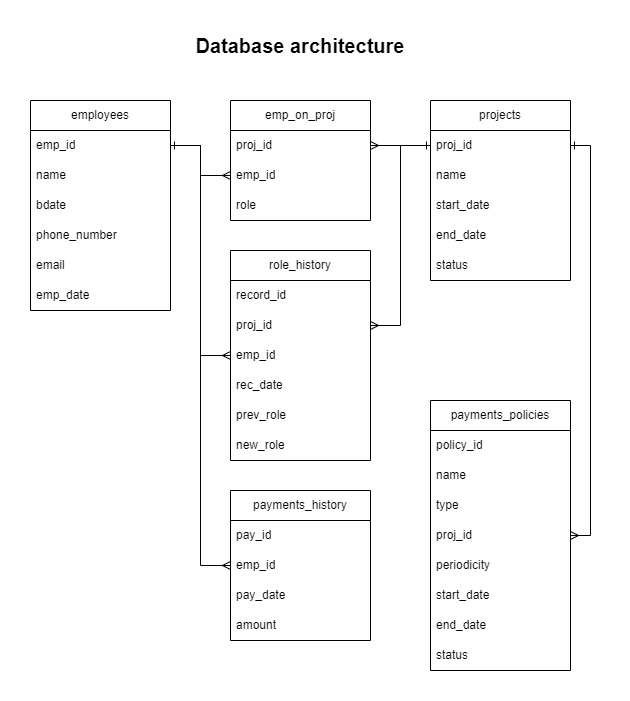
Before: attach/db_arc.png, a diagram exported from draw.io (Stevehh251/webjava). Source tidied: cells renumbered, new cells last; positions are measured from the earlier drawing's top-left corner, leaving out a move shared by most shapes.
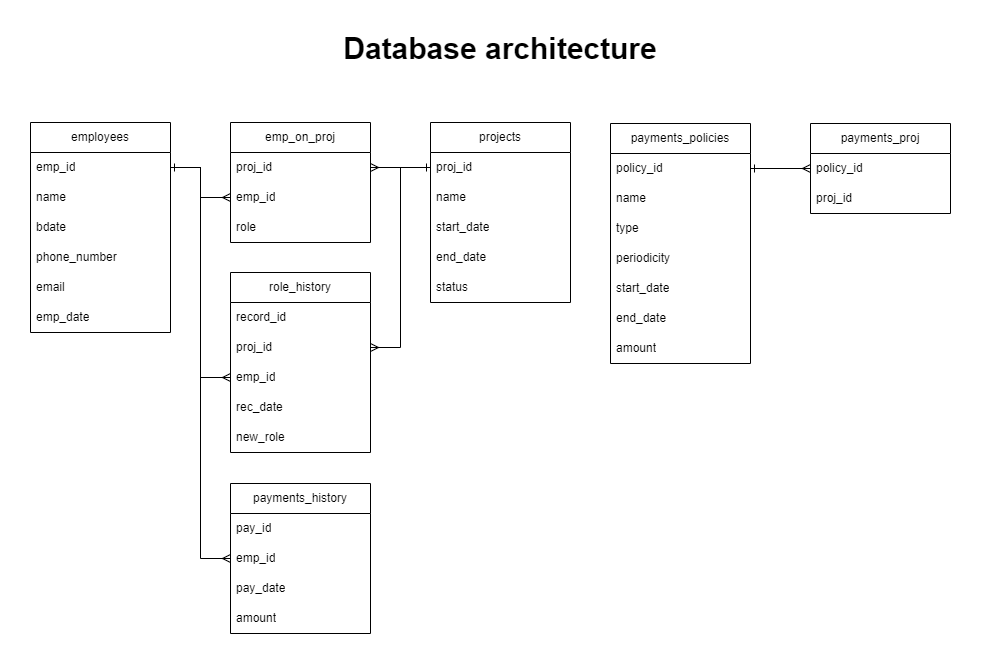
The same diagram one commit later.

What changed in the source:
```diff
@@ -2,14 +2,11 @@
   <root>
     <mxCell id="0" />
     <mxCell id="1" parent="0" />
-    <mxCell id="2" value="&lt;b&gt;&lt;font style=&quot;font-size: 20px;&quot;&gt;Database architecture&lt;/font&gt;&lt;/b&gt;" style="text;html=1;strokeColor=none;fillColor=none;align=center;verticalAlign=middle;whiteSpace=wrap;rounded=0;" parent="1" vertex="1">
-      <mxGeometry x="145" width="250" height="30" as="geometry" />
+    <mxCell id="2" value="&lt;b style=&quot;font-size: 30px;&quot;&gt;&lt;font style=&quot;font-size: 30px;&quot;&gt;Database architecture&lt;/font&gt;&lt;/b&gt;" style="text;html=1;strokeColor=none;fillColor=none;align=center;verticalAlign=middle;whiteSpace=wrap;rounded=0;fontSize=30;" parent="1" vertex="1">
+      <mxGeometry x="145" width="370" height="30" as="geometry" />
     </mxCell>
-    <mxCell id="3" style="group;" parent="1" vertex="1">
-      <mxGeometry y="70" width="540" height="570" as="geometry" />
-    </mxCell>
-    <mxCell id="4" value="employees" style="swimlane;fontStyle=0;horizontal=1;startSize=30;whiteSpace=wrap;html=1;" parent="3" vertex="1">
-      <mxGeometry width="140" height="210" as="geometry" />
+    <mxCell id="4" value="employees" style="swimlane;fontStyle=0;horizontal=1;startSize=30;whiteSpace=wrap;html=1;" parent="1" vertex="1">
+      <mxGeometry x="-140" y="89" width="140" height="210" as="geometry" />
     </mxCell>
     <mxCell id="5" value="emp_id" style="text;strokeColor=none;fillColor=none;align=left;verticalAlign=middle;spacingLeft=4;spacingRight=4;overflow=hidden;points=[[0,0.5],[1,0.5]];portConstraint=eastwest;whiteSpace=wrap;html=1;" parent="4" vertex="1">
       <mxGeometry y="30" width="140" height="30" as="geometry" />
@@ -29,8 +26,8 @@
     <mxCell id="10" value="emp_date" style="text;strokeColor=none;fillColor=none;align=left;verticalAlign=middle;spacingLeft=4;spacingRight=4;overflow=hidden;whiteSpace=wrap;html=1;" parent="4" vertex="1">
       <mxGeometry y="180" width="140" height="30" as="geometry" />
     </mxCell>
-    <mxCell id="11" value="projects" style="swimlane;fontStyle=0;horizontal=1;startSize=30;whiteSpace=wrap;html=1;" parent="3" vertex="1">
-      <mxGeometry x="400" width="140" height="180" as="geometry" />
+    <mxCell id="11" value="projects" style="swimlane;fontStyle=0;horizontal=1;startSize=30;whiteSpace=wrap;html=1;" parent="1" vertex="1">
+      <mxGeometry x="260" y="89" width="140" height="180" as="geometry" />
     </mxCell>
     <mxCell id="12" value="proj_id" style="text;strokeColor=none;fillColor=none;align=left;verticalAlign=middle;spacingLeft=4;spacingRight=4;overflow=hidden;points=[[0,0.5],[1,0.5]];portConstraint=eastwest;whiteSpace=wrap;html=1;" parent="11" vertex="1">
       <mxGeometry y="30" width="140" height="30" as="geometry" />
@@ -47,8 +44,8 @@
     <mxCell id="16" value="status" style="text;strokeColor=none;fillColor=none;align=left;verticalAlign=middle;spacingLeft=4;spacingRight=4;overflow=hidden;whiteSpace=wrap;html=1;" parent="11" vertex="1">
       <mxGeometry y="150" width="140" height="30" as="geometry" />
     </mxCell>
-    <mxCell id="17" value="payments_policies" style="swimlane;fontStyle=0;horizontal=1;startSize=30;whiteSpace=wrap;html=1;" parent="3" vertex="1">
-      <mxGeometry x="400" y="300" width="140" height="270" as="geometry" />
+    <mxCell id="17" value="payments_policies" style="swimlane;fontStyle=0;horizontal=1;startSize=30;whiteSpace=wrap;html=1;" parent="1" vertex="1">
+      <mxGeometry x="440" y="90" width="140" height="240" as="geometry" />
     </mxCell>
     <mxCell id="18" value="policy_id" style="text;strokeColor=none;fillColor=none;align=left;verticalAlign=middle;spacingLeft=4;spacingRight=4;overflow=hidden;points=[[0,0.5],[1,0.5]];portConstraint=eastwest;whiteSpace=wrap;html=1;" parent="17" vertex="1">
       <mxGeometry y="30" width="140" height="30" as="geometry" />
@@ -59,23 +56,20 @@
     <mxCell id="20" value="type" style="text;strokeColor=none;fillColor=none;align=left;verticalAlign=middle;spacingLeft=4;spacingRight=4;overflow=hidden;whiteSpace=wrap;html=1;" parent="17" vertex="1">
       <mxGeometry y="90" width="140" height="30" as="geometry" />
     </mxCell>
-    <mxCell id="21" value="proj_id" style="text;strokeColor=none;fillColor=none;align=left;verticalAlign=middle;spacingLeft=4;spacingRight=4;overflow=hidden;points=[[0,0.5],[1,0.5]];portConstraint=eastwest;whiteSpace=wrap;html=1;" parent="17" vertex="1">
-      <mxGeometry y="120" width="140" height="30" as="geometry" />
-    </mxCell>
     <mxCell id="22" value="periodicity" style="text;strokeColor=none;fillColor=none;align=left;verticalAlign=middle;spacingLeft=4;spacingRight=4;overflow=hidden;whiteSpace=wrap;html=1;" parent="17" vertex="1">
-      <mxGeometry y="150" width="140" height="30" as="geometry" />
+      <mxGeometry y="120" width="140" height="30" as="geometry" />
     </mxCell>
     <mxCell id="23" value="start_date" style="text;strokeColor=none;fillColor=none;align=left;verticalAlign=middle;spacingLeft=4;spacingRight=4;overflow=hidden;whiteSpace=wrap;html=1;" parent="17" vertex="1">
-      <mxGeometry y="180" width="140" height="30" as="geometry" />
+      <mxGeometry y="150" width="140" height="30" as="geometry" />
     </mxCell>
     <mxCell id="24" value="end_date" style="text;strokeColor=none;fillColor=none;align=left;verticalAlign=middle;spacingLeft=4;spacingRight=4;overflow=hidden;whiteSpace=wrap;html=1;" parent="17" vertex="1">
-      <mxGeometry y="210" width="140" height="30" as="geometry" />
+      <mxGeometry y="180" width="140" height="30" as="geometry" />
     </mxCell>
-    <mxCell id="25" value="status" style="text;strokeColor=none;fillColor=none;align=left;verticalAlign=middle;spacingLeft=4;spacingRight=4;overflow=hidden;whiteSpace=wrap;html=1;" parent="17" vertex="1">
-      <mxGeometry y="240" width="140" height="30" as="geometry" />
-    </mxCell>
+    <mxCell id="48" value="amount" style="text;strokeColor=none;fillColor=none;align=left;verticalAlign=middle;spacingLeft=4;spacingRight=4;overflow=hidden;whiteSpace=wrap;html=1;" parent="17" vertex="1">
+      <mxGeometry y="210" width="140" height="30" as="geometry" />
+    </mxCell>
-    <mxCell id="26" value="payments_history" style="swimlane;fontStyle=0;horizontal=1;startSize=30;whiteSpace=wrap;html=1;" parent="3" vertex="1">
-      <mxGeometry x="200" y="390" width="140" height="150" as="geometry" />
+    <mxCell id="26" value="payments_history" style="swimlane;fontStyle=0;horizontal=1;startSize=30;whiteSpace=wrap;html=1;" parent="1" vertex="1">
+      <mxGeometry x="60" y="450" width="140" height="150" as="geometry" />
     </mxCell>
     <mxCell id="27" value="pay_id" style="text;strokeColor=none;fillColor=none;align=left;verticalAlign=middle;spacingLeft=4;spacingRight=4;overflow=hidden;whiteSpace=wrap;html=1;" parent="26" vertex="1">
       <mxGeometry y="30" width="140" height="30" as="geometry" />
@@ -89,8 +83,8 @@
     <mxCell id="30" value="amount" style="text;strokeColor=none;fillColor=none;align=left;verticalAlign=middle;spacingLeft=4;spacingRight=4;overflow=hidden;whiteSpace=wrap;html=1;" parent="26" vertex="1">
       <mxGeometry y="120" width="140" height="30" as="geometry" />
     </mxCell>
-    <mxCell id="31" value="emp_on_proj" style="swimlane;fontStyle=0;horizontal=1;startSize=30;whiteSpace=wrap;html=1;" parent="3" vertex="1">
-      <mxGeometry x="200" width="140" height="120" as="geometry" />
+    <mxCell id="31" value="emp_on_proj" style="swimlane;fontStyle=0;horizontal=1;startSize=30;whiteSpace=wrap;html=1;" parent="1" vertex="1">
+      <mxGeometry x="60" y="89" width="140" height="120" as="geometry" />
     </mxCell>
     <mxCell id="32" value="proj_id" style="text;strokeColor=none;fillColor=none;align=left;verticalAlign=middle;spacingLeft=4;spacingRight=4;overflow=hidden;points=[[0,0.5],[1,0.5]];portConstraint=eastwest;whiteSpace=wrap;html=1;" parent="31" vertex="1">
       <mxGeometry y="30" width="140" height="30" as="geometry" />
@@ -101,8 +95,8 @@
     <mxCell id="34" value="role" style="text;strokeColor=none;fillColor=none;align=left;verticalAlign=middle;spacingLeft=4;spacingRight=4;overflow=hidden;whiteSpace=wrap;html=1;" parent="31" vertex="1">
       <mxGeometry y="90" width="140" height="30" as="geometry" />
     </mxCell>
-    <mxCell id="35" value="role_history" style="swimlane;fontStyle=0;horizontal=1;startSize=30;whiteSpace=wrap;html=1;" parent="3" vertex="1">
-      <mxGeometry x="200" y="150" width="140" height="210" as="geometry" />
+    <mxCell id="35" value="role_history" style="swimlane;fontStyle=0;horizontal=1;startSize=30;whiteSpace=wrap;html=1;" parent="1" vertex="1">
+      <mxGeometry x="60" y="239" width="140" height="180" as="geometry" />
     </mxCell>
     <mxCell id="36" value="record_id" style="text;strokeColor=none;fillColor=none;align=left;verticalAlign=middle;spacingLeft=4;spacingRight=4;overflow=hidden;whiteSpace=wrap;html=1;" parent="35" vertex="1">
       <mxGeometry y="30" width="140" height="30" as="geometry" />
@@ -116,29 +110,35 @@
     <mxCell id="39" value="rec_date" style="text;strokeColor=none;fillColor=none;align=left;verticalAlign=middle;spacingLeft=4;spacingRight=4;overflow=hidden;whiteSpace=wrap;html=1;" parent="35" vertex="1">
       <mxGeometry y="120" width="140" height="30" as="geometry" />
     </mxCell>
-    <mxCell id="40" value="prev_role" style="text;strokeColor=none;fillColor=none;align=left;verticalAlign=middle;spacingLeft=4;spacingRight=4;overflow=hidden;whiteSpace=wrap;html=1;" parent="35" vertex="1">
-      <mxGeometry y="150" width="140" height="30" as="geometry" />
-    </mxCell>
     <mxCell id="41" value="new_role" style="text;strokeColor=none;fillColor=none;align=left;verticalAlign=middle;spacingLeft=4;spacingRight=4;overflow=hidden;whiteSpace=wrap;html=1;" parent="35" vertex="1">
-      <mxGeometry y="180" width="140" height="30" as="geometry" />
+      <mxGeometry y="150" width="140" height="30" as="geometry" />
     </mxCell>
-    <mxCell id="42" style="edgeStyle=orthogonalEdgeStyle;rounded=0;jettySize=auto;html=1;startArrow=ERmany;startFill=0;endArrow=none;endFill=0;" parent="3" edge="1" source="32" target="12">
+    <mxCell id="42" style="edgeStyle=orthogonalEdgeStyle;rounded=0;jettySize=auto;html=1;startArrow=ERmany;startFill=0;endArrow=none;endFill=0;" parent="1" edge="1" source="32" target="12">
       <mxGeometry relative="1" as="geometry" />
     </mxCell>
-    <mxCell id="43" style="edgeStyle=orthogonalEdgeStyle;rounded=0;jettySize=auto;html=1;entryX=1;entryY=0.5;entryDx=0;entryDy=0;startArrow=ERmany;startFill=0;endArrow=none;endFill=0;" parent="3" edge="1" source="33" target="5">
+    <mxCell id="43" style="edgeStyle=orthogonalEdgeStyle;rounded=0;jettySize=auto;html=1;entryX=1;entryY=0.5;entryDx=0;entryDy=0;startArrow=ERmany;startFill=0;endArrow=none;endFill=0;" parent="1" edge="1" source="33" target="5">
       <mxGeometry relative="1" as="geometry" />
     </mxCell>
-    <mxCell id="44" style="edgeStyle=orthogonalEdgeStyle;rounded=0;jettySize=auto;html=1;entryX=1;entryY=0.5;entryDx=0;entryDy=0;endArrow=none;endFill=0;startArrow=ERmany;startFill=0;" parent="3" edge="1" source="38" target="5">
+    <mxCell id="44" style="edgeStyle=orthogonalEdgeStyle;rounded=0;jettySize=auto;html=1;entryX=1;entryY=0.5;entryDx=0;entryDy=0;endArrow=none;endFill=0;startArrow=ERmany;startFill=0;" parent="1" edge="1" source="38" target="5">
       <mxGeometry relative="1" as="geometry" />
     </mxCell>
-    <mxCell id="45" style="edgeStyle=orthogonalEdgeStyle;rounded=0;jettySize=auto;html=1;entryX=1;entryY=0.5;entryDx=0;entryDy=0;endArrow=ERmany;endFill=0;startArrow=ERone;startFill=0;" parent="3" edge="1" source="12" target="37">
+    <mxCell id="45" style="edgeStyle=orthogonalEdgeStyle;rounded=0;jettySize=auto;html=1;entryX=1;entryY=0.5;entryDx=0;entryDy=0;endArrow=ERmany;endFill=0;startArrow=ERone;startFill=0;" parent="1" edge="1" source="12" target="37">
       <mxGeometry relative="1" as="geometry" />
     </mxCell>
-    <mxCell id="46" style="edgeStyle=orthogonalEdgeStyle;rounded=0;jettySize=auto;html=1;entryX=0;entryY=0.5;entryDx=0;entryDy=0;endArrow=ERmany;endFill=0;startArrow=ERone;startFill=0;" parent="3" edge="1" source="5" target="28">
+    <mxCell id="46" style="edgeStyle=orthogonalEdgeStyle;rounded=0;jettySize=auto;html=1;entryX=0;entryY=0.5;entryDx=0;entryDy=0;endArrow=ERmany;endFill=0;startArrow=ERone;startFill=0;" parent="1" edge="1" source="5" target="28">
       <mxGeometry relative="1" as="geometry" />
     </mxCell>
-    <mxCell id="47" style="edgeStyle=orthogonalEdgeStyle;rounded=0;jettySize=auto;html=1;exitX=1;exitY=0.5;exitDx=0;exitDy=0;entryX=1;entryY=0.5;entryDx=0;entryDy=0;endArrow=ERmany;endFill=0;startArrow=ERone;startFill=0;" parent="3" edge="1" source="12" target="21">
-      <mxGeometry relative="1" as="geometry" />
-    </mxCell>
+    <mxCell id="49" value="payments_proj" style="swimlane;fontStyle=0;horizontal=1;startSize=30;whiteSpace=wrap;html=1;" parent="1" vertex="1">
+      <mxGeometry x="640" y="90" width="140" height="90" as="geometry" />
+    </mxCell>
+    <mxCell id="50" value="policy_id" style="text;strokeColor=none;fillColor=none;align=left;verticalAlign=middle;spacingLeft=4;spacingRight=4;overflow=hidden;points=[[0,0.5],[1,0.5]];portConstraint=eastwest;whiteSpace=wrap;html=1;" parent="49" vertex="1">
+      <mxGeometry y="30" width="140" height="30" as="geometry" />
+    </mxCell>
+    <mxCell id="21" value="proj_id" style="text;strokeColor=none;fillColor=none;align=left;verticalAlign=middle;spacingLeft=4;spacingRight=4;overflow=hidden;points=[[0,0.5],[1,0.5]];portConstraint=eastwest;whiteSpace=wrap;html=1;" parent="49" vertex="1">
+      <mxGeometry y="60" width="140" height="30" as="geometry" />
+    </mxCell>
+    <mxCell id="51" style="edgeStyle=orthogonalEdgeStyle;rounded=0;jettySize=auto;html=1;entryX=0;entryY=0.5;entryDx=0;entryDy=0;startArrow=ERone;startFill=0;endArrow=ERmany;endFill=0;" parent="1" edge="1" source="18" target="50">
+      <mxGeometry relative="1" as="geometry" />
+    </mxCell>
   </root>
 </mxGraphModel>
```
